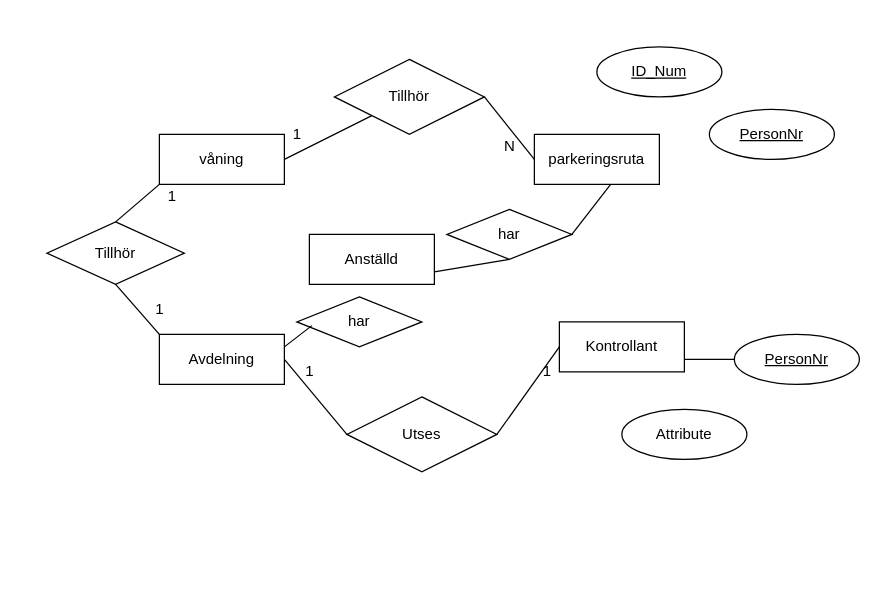
DanielPra/-t-Andre keeps this draw.io diagram as parkering.drawio. Above is the earlier version. Source tidied: cells renumbered, new cells numbered last; positions are measured from the earlier drawing's top-left corner, leaving out a move shared by most shapes. Both pictures are drawn from the tidied source at 125%, with x=0, y=0 at pixel (46, 46).
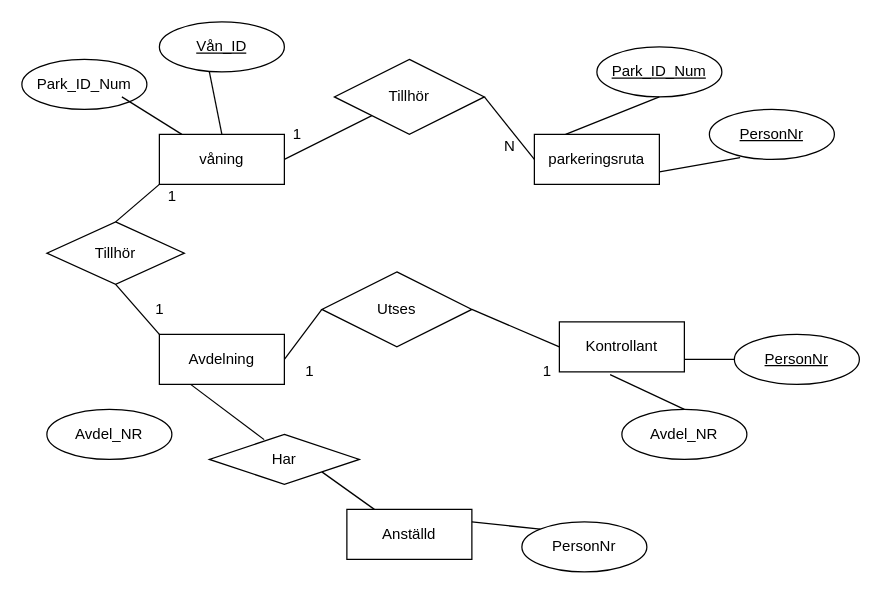
The same diagram, later.

The change refers to these unchanged cells:
```xml
<mxCell id="2" value="parkeringsruta" style="whiteSpace=wrap;html=1;align=center;" parent="1" vertex="1">
  <mxGeometry x="390" y="70" width="100" height="40" as="geometry" />
</mxCell>
<mxCell id="3" value="våning" style="whiteSpace=wrap;html=1;align=center;" parent="1" vertex="1">
  <mxGeometry x="90" y="70" width="100" height="40" as="geometry" />
</mxCell>
<mxCell id="4" value="Avdelning" style="whiteSpace=wrap;html=1;align=center;" parent="1" vertex="1">
  <mxGeometry x="90" y="230" width="100" height="40" as="geometry" />
</mxCell>
<mxCell id="5" value="Kontrollant" style="whiteSpace=wrap;html=1;align=center;" parent="1" vertex="1">
  <mxGeometry x="410" y="220" width="100" height="40" as="geometry" />
</mxCell>
<mxCell id="28" value="PersonNr" style="ellipse;whiteSpace=wrap;html=1;align=center;fontStyle=4;" parent="1" vertex="1">
  <mxGeometry x="530" y="50" width="100" height="40" as="geometry" />
</mxCell>
```

The edit, as a diff of the source:
```diff
@@
-    <mxCell id="6" value="Attribute" style="ellipse;whiteSpace=wrap;html=1;align=center;" parent="1" vertex="1">
+    <mxCell id="6" value="Avdel_NR" style="ellipse;whiteSpace=wrap;html=1;align=center;" parent="1" vertex="1">
       <mxGeometry x="460" y="290" width="100" height="40" as="geometry" />
     </mxCell>
@@
-    <mxCell id="8" value="ID_Num" style="ellipse;whiteSpace=wrap;html=1;align=center;fontStyle=4;" parent="1" vertex="1">
+    <mxCell id="8" value="Park_ID_Num" style="ellipse;whiteSpace=wrap;html=1;align=center;fontStyle=4;" parent="1" vertex="1">
       <mxGeometry x="440" width="100" height="40" as="geometry" />
     </mxCell>
     <mxCell id="9" value="Utses" style="shape=rhombus;perimeter=rhombusPerimeter;whiteSpace=wrap;html=1;align=center;" parent="1" vertex="1">
-      <mxGeometry x="240" y="280" width="120" height="60" as="geometry" />
+      <mxGeometry x="220" y="180" width="120" height="60" as="geometry" />
     </mxCell>
@@
     <mxCell id="24" value="Anställd" style="whiteSpace=wrap;html=1;align=center;" parent="1" vertex="1">
-      <mxGeometry x="210" y="150" width="100" height="40" as="geometry" />
+      <mxGeometry x="240" y="370" width="100" height="40" as="geometry" />
     </mxCell>
-    <mxCell id="25" value="har" style="shape=rhombus;perimeter=rhombusPerimeter;whiteSpace=wrap;html=1;align=center;" parent="1" vertex="1">
-      <mxGeometry x="320" y="130" width="100" height="40" as="geometry" />
-    </mxCell>
-    <mxCell id="26" style="endArrow=none;html=1;rounded=0;" parent="1" edge="1">
-      <mxGeometry relative="1" as="geometry">
-        <mxPoint x="420" y="150" as="sourcePoint" />
-        <mxPoint x="451" y="110" as="targetPoint" />
-      </mxGeometry>
-    </mxCell>
-    <mxCell id="27" style="endArrow=none;html=1;rounded=0;entryX=0.5;entryY=1;entryDx=0;entryDy=0;" parent="1" edge="1" target="25">
-      <mxGeometry relative="1" as="geometry">
-        <mxPoint x="310" y="180" as="sourcePoint" />
-      </mxGeometry>
-    </mxCell>
@@
-    <mxCell id="29" value="har" style="shape=rhombus;perimeter=rhombusPerimeter;whiteSpace=wrap;html=1;align=center;" parent="1" vertex="1">
-      <mxGeometry x="200" y="200" width="100" height="40" as="geometry" />
-    </mxCell>
-    <mxCell id="30" style="endArrow=none;html=1;rounded=0;entryX=0.12;entryY=0.575;entryDx=0;entryDy=0;entryPerimeter=0;" parent="1" edge="1" target="29">
-      <mxGeometry relative="1" as="geometry">
-        <mxPoint x="190" y="240" as="sourcePoint" />
-      </mxGeometry>
-    </mxCell>
@@
+    <mxCell id="32" value="Avdel_NR" style="ellipse;whiteSpace=wrap;html=1;align=center;" parent="1" vertex="1">
+      <mxGeometry y="290" width="100" height="40" as="geometry" />
+    </mxCell>
+    <mxCell id="33" style="endArrow=none;html=1;rounded=0;exitX=0.406;exitY=1.055;exitDx=0;exitDy=0;exitPerimeter=0;entryX=0.5;entryY=0;entryDx=0;entryDy=0;" parent="1" edge="1" source="5" target="6">
+      <mxGeometry relative="1" as="geometry" />
+    </mxCell>
+    <mxCell id="34" style="endArrow=none;html=1;rounded=0;exitX=0.25;exitY=0;exitDx=0;exitDy=0;entryX=0.5;entryY=1;entryDx=0;entryDy=0;" parent="1" edge="1" source="2" target="8">
+      <mxGeometry relative="1" as="geometry" />
+    </mxCell>
+    <mxCell id="35" style="endArrow=none;html=1;rounded=0;entryX=0.246;entryY=0.965;entryDx=0;entryDy=0;entryPerimeter=0;" parent="1" edge="1" target="28">
+      <mxGeometry relative="1" as="geometry">
+        <mxPoint x="490" y="100" as="sourcePoint" />
+      </mxGeometry>
+    </mxCell>
+    <mxCell id="36" value="Vån_ID" style="ellipse;whiteSpace=wrap;html=1;align=center;fontStyle=4;" parent="1" vertex="1">
+      <mxGeometry x="90" y="-20" width="100" height="40" as="geometry" />
+    </mxCell>
+    <mxCell id="37" value="Park_ID_Num" style="ellipse;whiteSpace=wrap;html=1;align=center;" parent="1" vertex="1">
+      <mxGeometry x="-20" y="10" width="100" height="40" as="geometry" />
+    </mxCell>
+    <mxCell id="38" style="endArrow=none;html=1;rounded=0;" parent="1" edge="1" target="3">
+      <mxGeometry relative="1" as="geometry">
+        <mxPoint x="60" y="40" as="sourcePoint" />
+      </mxGeometry>
+    </mxCell>
+    <mxCell id="39" style="endArrow=none;html=1;rounded=0;entryX=0.5;entryY=0;entryDx=0;entryDy=0;" parent="1" edge="1" target="3">
+      <mxGeometry relative="1" as="geometry">
+        <mxPoint x="130" y="20" as="sourcePoint" />
+      </mxGeometry>
+    </mxCell>
+    <mxCell id="40" value="Har" style="shape=rhombus;perimeter=rhombusPerimeter;whiteSpace=wrap;html=1;align=center;" parent="1" vertex="1">
+      <mxGeometry x="130" y="310" width="120" height="40" as="geometry" />
+    </mxCell>
+    <mxCell id="41" value="PersonNr" style="ellipse;whiteSpace=wrap;html=1;align=center;" parent="1" vertex="1">
+      <mxGeometry x="380" y="380" width="100" height="40" as="geometry" />
+    </mxCell>
+    <mxCell id="42" style="endArrow=none;html=1;rounded=0;exitX=0.25;exitY=1;exitDx=0;exitDy=0;entryX=0.365;entryY=0.105;entryDx=0;entryDy=0;entryPerimeter=0;" parent="1" edge="1" source="4" target="40">
+      <mxGeometry relative="1" as="geometry" />
+    </mxCell>
+    <mxCell id="43" style="endArrow=none;html=1;rounded=0;" parent="1" edge="1" target="24">
+      <mxGeometry relative="1" as="geometry">
+        <mxPoint x="220" y="340" as="sourcePoint" />
+      </mxGeometry>
+    </mxCell>
+    <mxCell id="44" style="endArrow=none;html=1;rounded=0;exitX=1;exitY=0.25;exitDx=0;exitDy=0;entryX=0;entryY=0;entryDx=0;entryDy=0;" parent="1" edge="1" source="24" target="41">
+      <mxGeometry relative="1" as="geometry" />
+    </mxCell>
```
